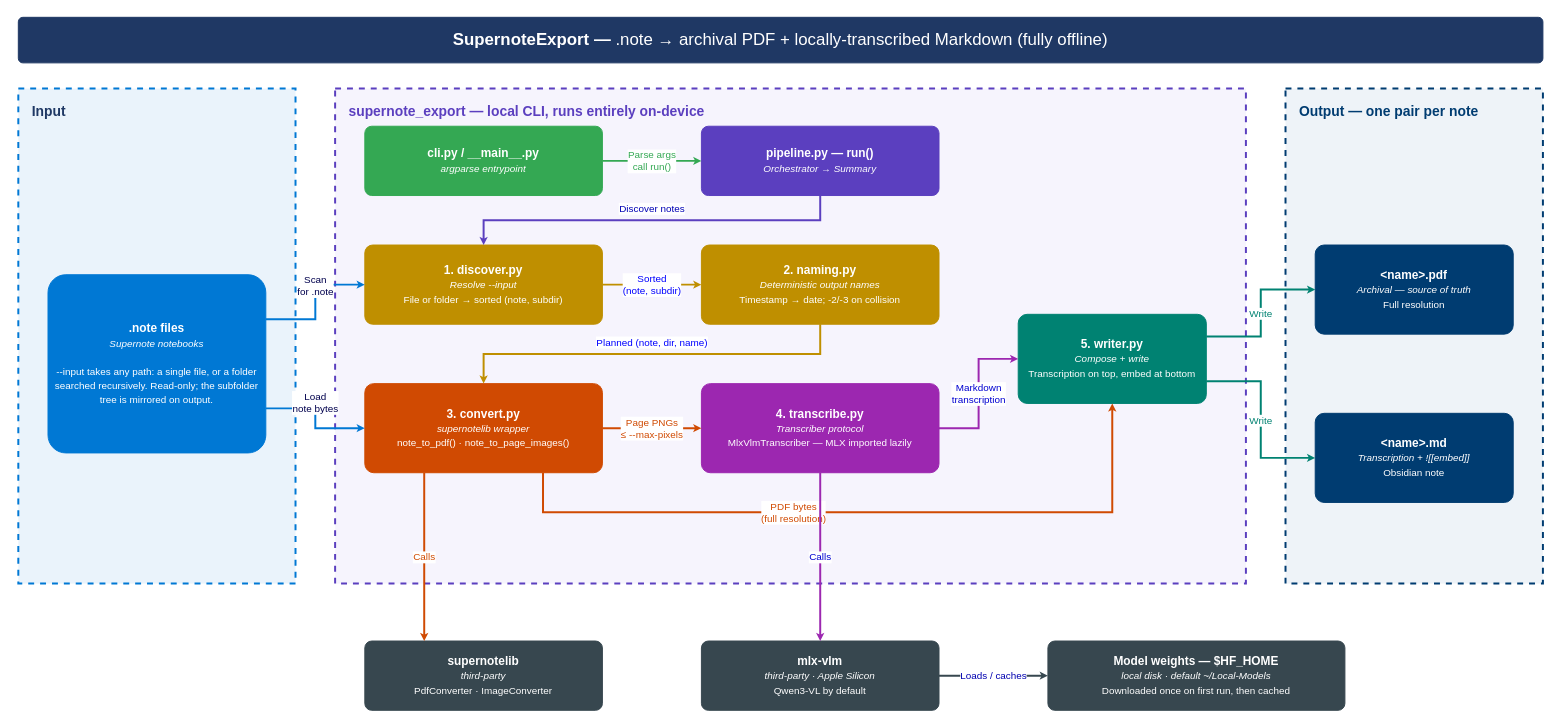
The draw.io diagram docs/architecture/supernote-export-architecture.drawio in rahulragunathan/SupernoteExport, before the edit. Source tidied: cells renumbered, new cells numbered last; positions are measured from the earlier drawing's top-left corner, leaving out a move shared by most shapes. Both pictures are drawn from the tidied source at 99%, with x=0, y=0 at pixel (18, 17).
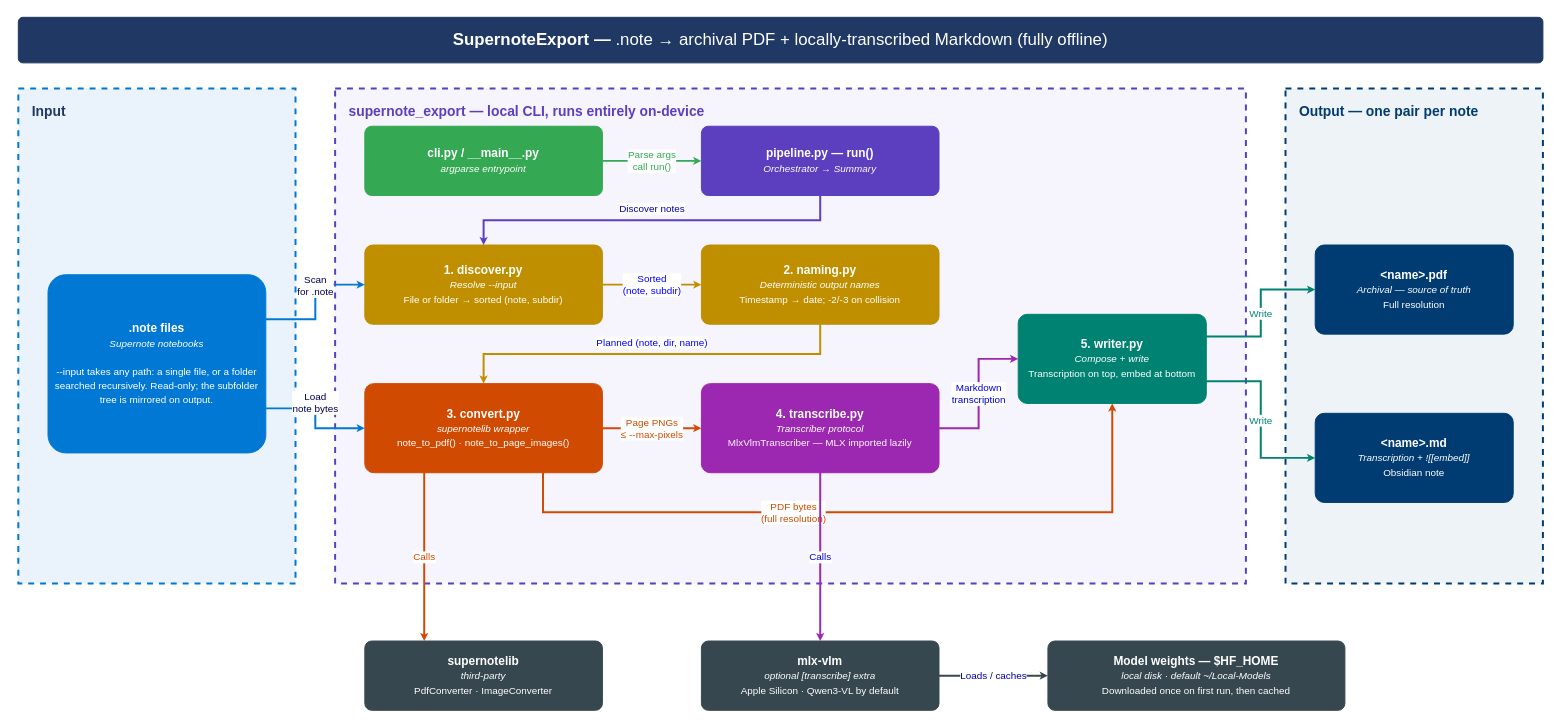
The same page after the edit.

What changed in the source:
```diff
@@
-    <mxCell id="17" value="&lt;b&gt;mlx-vlm&lt;/b&gt;&lt;br&gt;&lt;span style='font-style:italic;font-weight:normal;font-size:10px'&gt;third-party · Apple Silicon&lt;/span&gt;&lt;br&gt;&lt;span style='font-weight:normal;font-size:10px'&gt;Qwen3-VL by default&lt;/span&gt;" style="rounded=1;whiteSpace=wrap;html=1;fillColor=light-dark(#37474f,#b0bec5);strokeColor=light-dark(#37474f,#b0bec5);strokeWidth=1;fontColor=light-dark(#ffffff,#11181c);fontSize=12;fontStyle=0;arcSize=10;verticalAlign=middle;align=center;" parent="1" vertex="1">
+    <mxCell id="17" value="&lt;b&gt;mlx-vlm&lt;/b&gt;&lt;br&gt;&lt;span style='font-style:italic;font-weight:normal;font-size:10px'&gt;optional [transcribe] extra&lt;/span&gt;&lt;br&gt;&lt;span style='font-weight:normal;font-size:10px'&gt;Apple Silicon · Qwen3-VL by default&lt;/span&gt;" style="rounded=1;whiteSpace=wrap;html=1;fillColor=light-dark(#37474f,#b0bec5);strokeColor=light-dark(#37474f,#b0bec5);strokeWidth=1;fontColor=light-dark(#ffffff,#11181c);fontSize=12;fontStyle=0;arcSize=10;verticalAlign=middle;align=center;" parent="1" vertex="1">
       <mxGeometry x="690" y="630" width="240" height="70" as="geometry" />
     </mxCell>
```
